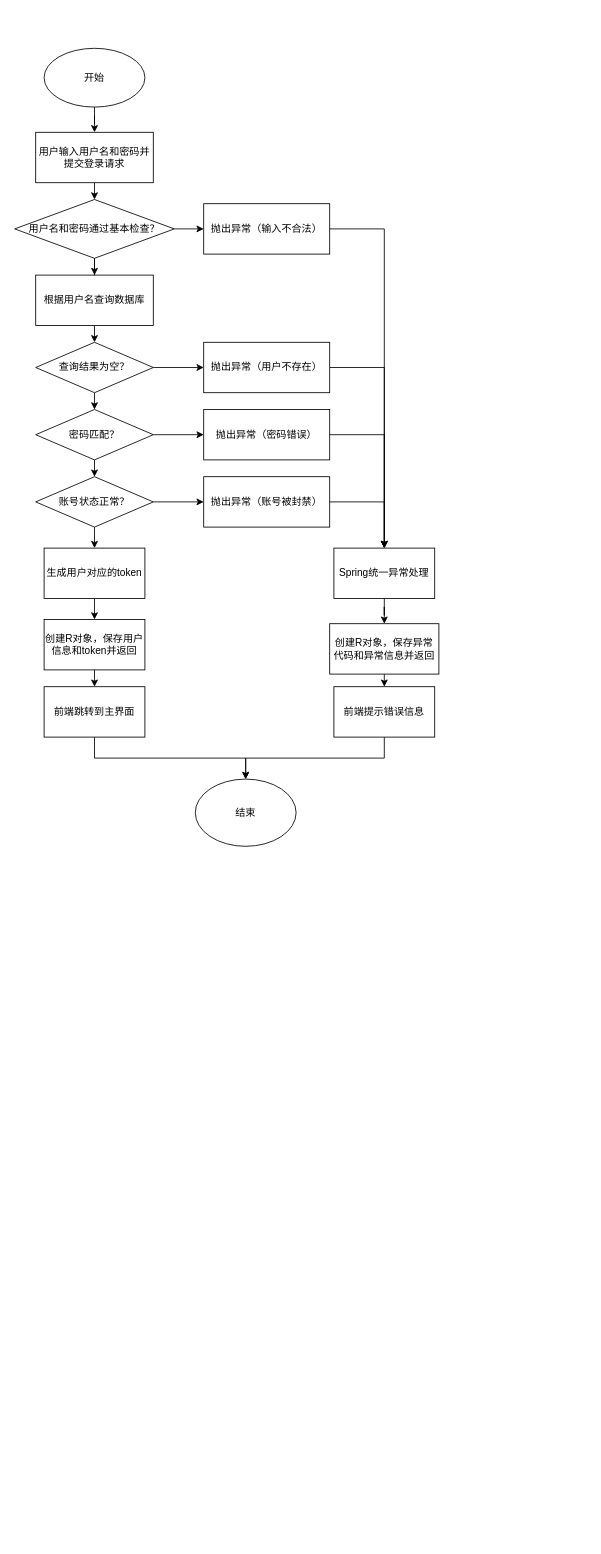
The draw.io diagram page "登录模块" (1 of 2) of 校园信息发布平台流程图.drawio in zzsbz/infodeli_drawio, before the edit. Source tidied: cells renumbered, new cells numbered last; positions are measured from the earlier drawing's top-left corner, leaving out a move shared by most shapes. Both pictures are drawn from the tidied source at 84%, with x=0, y=0 at pixel (14, 48).
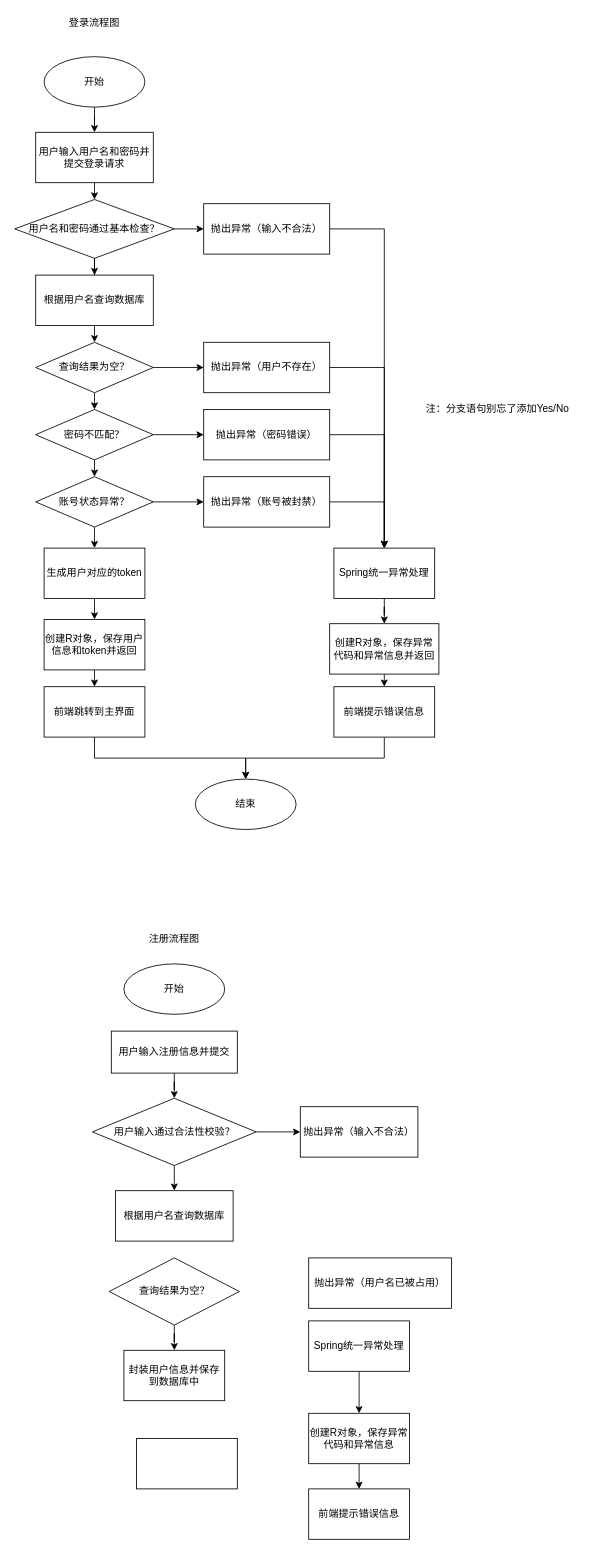
The same page after the edit.

Commit message:
更新校园信息发布平台流程图.drawio

The edit, as a diff of the source:
```diff
@@
     <mxCell id="3" value="开始" style="ellipse;whiteSpace=wrap;html=1;" parent="1" vertex="1">
-      <mxGeometry x="35" width="120" height="70" as="geometry" />
+      <mxGeometry x="35" y="10" width="120" height="60" as="geometry" />
     </mxCell>
@@
-    <mxCell id="21" value="密码匹配？" style="rhombus;whiteSpace=wrap;html=1;" parent="1" vertex="1">
+    <mxCell id="21" value="密码不匹配？" style="rhombus;whiteSpace=wrap;html=1;" parent="1" vertex="1">
       <mxGeometry x="25" y="430" width="140" height="60" as="geometry" />
     </mxCell>
@@
-    <mxCell id="24" value="账号状态正常？" style="rhombus;whiteSpace=wrap;html=1;" parent="1" vertex="1">
+    <mxCell id="24" value="账号状态异常？" style="rhombus;whiteSpace=wrap;html=1;" parent="1" vertex="1">
       <mxGeometry x="25" y="510" width="140" height="60" as="geometry" />
     </mxCell>
@@
     <mxCell id="33" value="结束" style="ellipse;whiteSpace=wrap;html=1;" parent="1" vertex="1">
-      <mxGeometry x="215" y="870" width="120" height="80" as="geometry" />
+      <mxGeometry x="215" y="870" width="120" height="60" as="geometry" />
     </mxCell>
@@
+    <mxCell id="41" value="登录流程图" style="text;html=1;strokeColor=none;fillColor=none;align=center;verticalAlign=middle;whiteSpace=wrap;rounded=0;" parent="1" vertex="1">
+      <mxGeometry x="20" y="-40" width="150" height="20" as="geometry" />
+    </mxCell>
+    <mxCell id="42" value="注册流程图" style="text;html=1;strokeColor=none;fillColor=none;align=center;verticalAlign=middle;whiteSpace=wrap;rounded=0;" parent="1" vertex="1">
+      <mxGeometry x="70" y="1050" width="240" height="20" as="geometry" />
+    </mxCell>
+    <mxCell id="43" value="开始" style="ellipse;whiteSpace=wrap;html=1;" parent="1" vertex="1">
+      <mxGeometry x="130" y="1090" width="120" height="60" as="geometry" />
+    </mxCell>
+    <mxCell id="44" style="edgeStyle=orthogonalEdgeStyle;rounded=0;jettySize=auto;html=1;exitX=0.5;exitY=1;exitDx=0;exitDy=0;" parent="1" edge="1" source="45" target="49">
+      <mxGeometry relative="1" as="geometry" />
+    </mxCell>
+    <mxCell id="45" value="用户输入注册信息并提交" style="rounded=0;whiteSpace=wrap;html=1;" parent="1" vertex="1">
+      <mxGeometry x="115" y="1170" width="150" height="50" as="geometry" />
+    </mxCell>
+    <mxCell id="46" value="根据用户名查询数据库" style="rounded=0;whiteSpace=wrap;html=1;" parent="1" vertex="1">
+      <mxGeometry x="120" y="1360" width="140" height="60" as="geometry" />
+    </mxCell>
+    <mxCell id="47" style="edgeStyle=orthogonalEdgeStyle;rounded=0;jettySize=auto;html=1;exitX=0.5;exitY=1;exitDx=0;exitDy=0;entryX=0.5;entryY=0;entryDx=0;entryDy=0;" parent="1" edge="1" source="49" target="46">
+      <mxGeometry relative="1" as="geometry" />
+    </mxCell>
+    <mxCell id="48" style="edgeStyle=orthogonalEdgeStyle;rounded=0;jettySize=auto;html=1;exitX=1;exitY=0.5;exitDx=0;exitDy=0;entryX=0;entryY=0.5;entryDx=0;entryDy=0;" parent="1" edge="1" source="49" target="56">
+      <mxGeometry relative="1" as="geometry" />
+    </mxCell>
+    <mxCell id="49" value="用户输入通过合法性校验？" style="rhombus;whiteSpace=wrap;html=1;" parent="1" vertex="1">
+      <mxGeometry x="92.5" y="1250" width="195" height="80" as="geometry" />
+    </mxCell>
+    <mxCell id="50" value="注：分支语句别忘了添加Yes/No&lt;br&gt;" style="text;html=1;strokeColor=none;fillColor=none;align=center;verticalAlign=middle;whiteSpace=wrap;rounded=0;" parent="1" vertex="1">
+      <mxGeometry x="470" y="420" width="210" height="20" as="geometry" />
+    </mxCell>
+    <mxCell id="51" style="edgeStyle=orthogonalEdgeStyle;rounded=0;jettySize=auto;html=1;exitX=0.5;exitY=1;exitDx=0;exitDy=0;" parent="1" edge="1" source="52" target="54">
+      <mxGeometry relative="1" as="geometry" />
+    </mxCell>
+    <mxCell id="52" value="Spring统一异常处理" style="rounded=0;whiteSpace=wrap;html=1;" parent="1" vertex="1">
+      <mxGeometry x="350" y="1515" width="120" height="60" as="geometry" />
+    </mxCell>
+    <mxCell id="53" style="edgeStyle=orthogonalEdgeStyle;rounded=0;jettySize=auto;html=1;exitX=0.5;exitY=1;exitDx=0;exitDy=0;entryX=0.5;entryY=0;entryDx=0;entryDy=0;" parent="1" edge="1" source="54" target="55">
+      <mxGeometry relative="1" as="geometry" />
+    </mxCell>
+    <mxCell id="54" value="创建R对象，保存异常代码和异常信息" style="rounded=0;whiteSpace=wrap;html=1;" parent="1" vertex="1">
+      <mxGeometry x="350" y="1625" width="120" height="60" as="geometry" />
+    </mxCell>
+    <mxCell id="55" value="前端提示错误信息" style="rounded=0;whiteSpace=wrap;html=1;" parent="1" vertex="1">
+      <mxGeometry x="350" y="1715" width="120" height="60" as="geometry" />
+    </mxCell>
+    <mxCell id="56" value="抛出异常（输入不合法）" style="rounded=0;whiteSpace=wrap;html=1;" parent="1" vertex="1">
+      <mxGeometry x="340" y="1260" width="140" height="60" as="geometry" />
+    </mxCell>
+    <mxCell id="57" style="edgeStyle=orthogonalEdgeStyle;rounded=0;jettySize=auto;html=1;exitX=0.5;exitY=1;exitDx=0;exitDy=0;" parent="1" edge="1" source="58" target="60">
+      <mxGeometry relative="1" as="geometry" />
+    </mxCell>
+    <mxCell id="58" value="查询结果为空？" style="rhombus;whiteSpace=wrap;html=1;" parent="1" vertex="1">
+      <mxGeometry x="112.5" y="1440" width="155" height="80" as="geometry" />
+    </mxCell>
+    <mxCell id="59" value="抛出异常（用户名已被占用）" style="rounded=0;whiteSpace=wrap;html=1;" parent="1" vertex="1">
+      <mxGeometry x="350" y="1440" width="170" height="60" as="geometry" />
+    </mxCell>
+    <mxCell id="60" value="封装用户信息并保存到数据库中" style="rounded=0;whiteSpace=wrap;html=1;" parent="1" vertex="1">
+      <mxGeometry x="130" y="1550" width="120" height="60" as="geometry" />
+    </mxCell>
+    <mxCell id="61" style="rounded=0;whiteSpace=wrap;html=1;" parent="1" vertex="1">
+      <mxGeometry x="145" y="1655" width="120" height="60" as="geometry" />
+    </mxCell>
```
